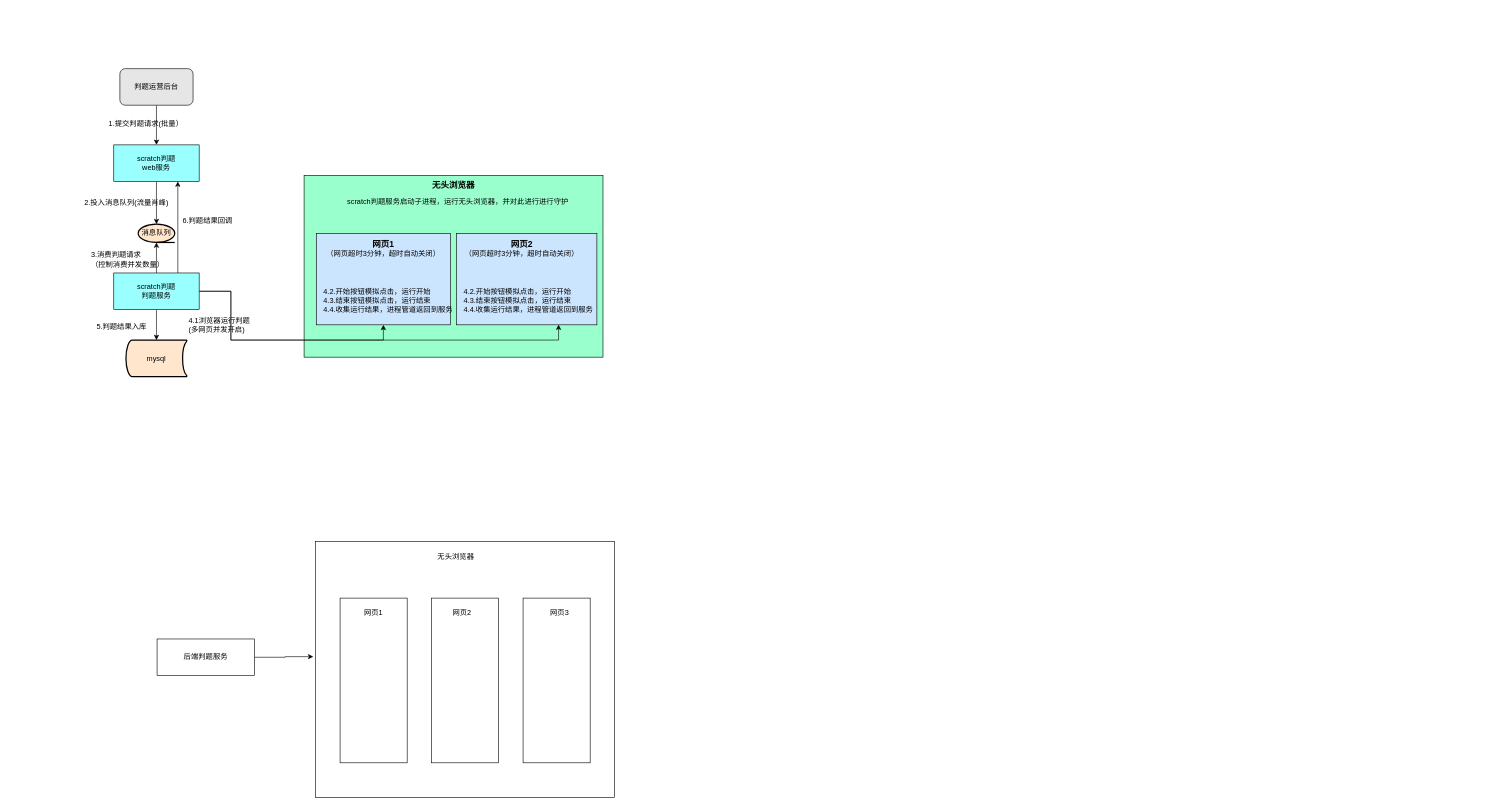
The draw.io diagram scratch后端判题.drawio in xiell2016/hetaoDesign, before the edit. Source tidied: cells renumbered, new cells numbered last; positions are measured from the earlier drawing's top-left corner, leaving out a move shared by most shapes. Both pictures are drawn from the tidied source at 61%, with x=0, y=0 at pixel (83, 68).
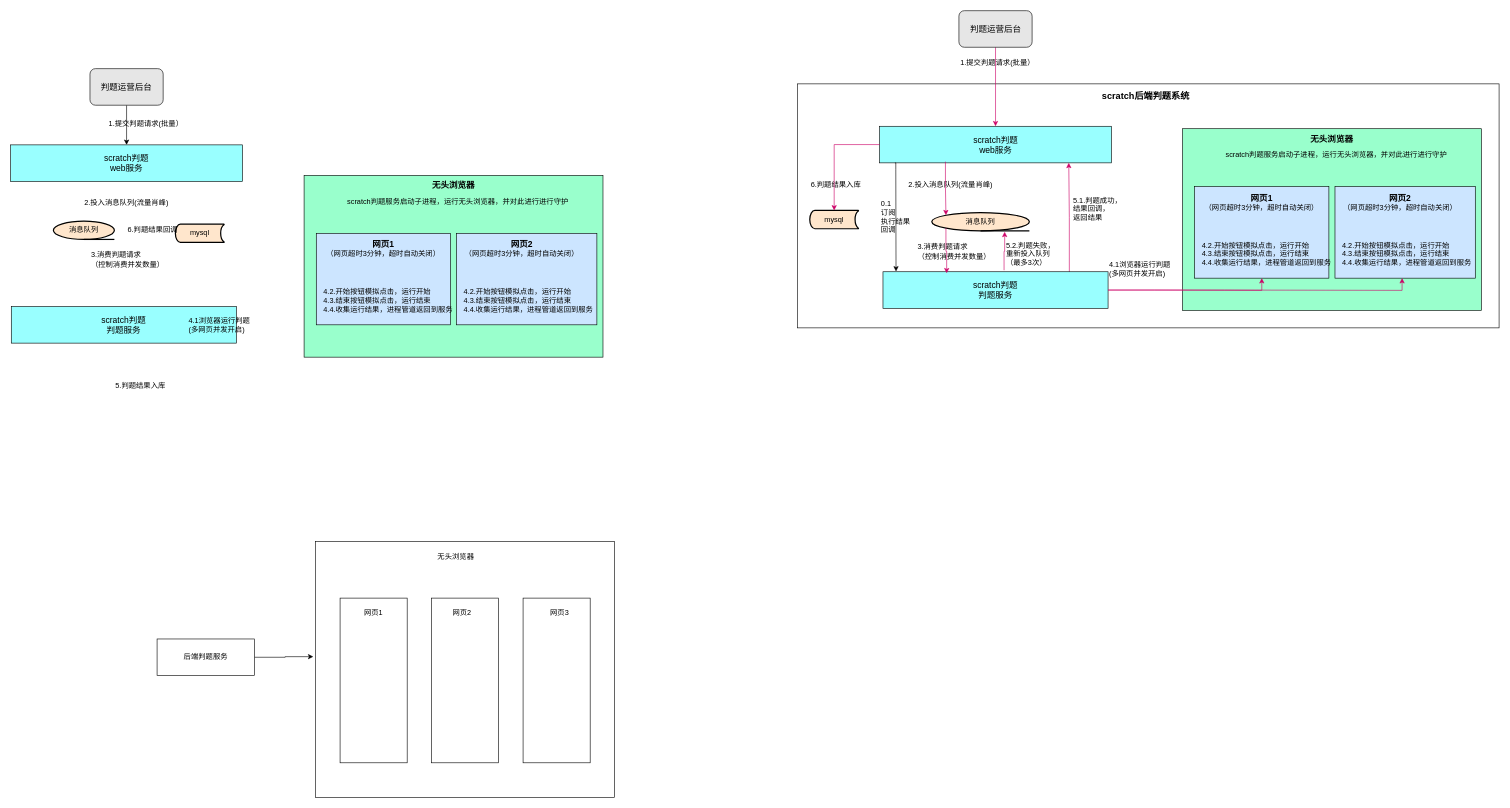
The same page after the edit.

Commit message:
更新scratch后端判题.drawio

Unchanged cells that the change refers to:
```xml
<mxCell id="12" style="rounded=0;whiteSpace=wrap;html=1;align=left;fillColor=#CCE5FF;" parent="1" vertex="1">
  <mxGeometry x="382" y="270" width="220" height="150" as="geometry" />
</mxCell>
<mxCell id="13" style="rounded=0;whiteSpace=wrap;html=1;fillColor=#CCE5FF;" parent="1" vertex="1">
  <mxGeometry x="612" y="270" width="230" height="150" as="geometry" />
</mxCell>
```

Diff of the diagram source:
```diff
@@
     <mxCell id="2" value="消息队列" style="strokeWidth=2;html=1;shape=mxgraph.flowchart.sequential_data;whiteSpace=wrap;fillColor=#FFE6CC;" parent="1" vertex="1">
-      <mxGeometry x="90" y="255" width="60" height="30" as="geometry" />
+      <mxGeometry x="-49" y="250" width="100" height="30" as="geometry" />
     </mxCell>
@@
-    <mxCell id="4" value="判题运营后台" style="rounded=1;whiteSpace=wrap;html=1;fillColor=#E6E6E6;" parent="1" vertex="1">
-      <mxGeometry x="60" width="120" height="60" as="geometry" />
+    <mxCell id="4" value="&lt;font style=&quot;font-size: 14px;&quot;&gt;判题运营后台&lt;/font&gt;" style="rounded=1;whiteSpace=wrap;html=1;fillColor=#E6E6E6;" parent="1" vertex="1">
+      <mxGeometry x="11" width="120" height="60" as="geometry" />
     </mxCell>
-    <mxCell id="5" style="edgeStyle=orthogonalEdgeStyle;rounded=0;jettySize=auto;html=1;" parent="1" edge="1" source="6" target="2">
-      <mxGeometry relative="1" as="geometry" />
-    </mxCell>
-    <mxCell id="6" value="scratch判题&lt;br&gt;web服务" style="rounded=0;whiteSpace=wrap;html=1;fillColor=#99FFFF;" parent="1" vertex="1">
-      <mxGeometry x="50" y="125" width="140" height="60" as="geometry" />
+    <mxCell id="6" value="&lt;font style=&quot;font-size: 14px;&quot;&gt;scratch判题&lt;br&gt;web服务&lt;/font&gt;" style="rounded=0;whiteSpace=wrap;html=1;fillColor=#99FFFF;" parent="1" vertex="1">
+      <mxGeometry x="-119" y="125" width="380" height="60" as="geometry" />
     </mxCell>
-    <mxCell id="7" style="edgeStyle=orthogonalEdgeStyle;rounded=0;jettySize=auto;html=1;" parent="1" edge="1" source="9">
-      <mxGeometry relative="1" as="geometry">
-        <mxPoint x="120" y="445" as="targetPoint" />
-      </mxGeometry>
-    </mxCell>
-    <mxCell id="8" style="edgeStyle=orthogonalEdgeStyle;rounded=0;jettySize=auto;html=1;exitX=0.75;exitY=0;exitDx=0;exitDy=0;entryX=0.75;entryY=1;entryDx=0;entryDy=0;" parent="1" edge="1" source="9" target="6">
-      <mxGeometry relative="1" as="geometry" />
-    </mxCell>
-    <mxCell id="9" value="scratch判题&lt;br&gt;判题服务" style="rounded=0;whiteSpace=wrap;html=1;fillColor=#99FFFF;" parent="1" vertex="1">
-      <mxGeometry x="50" y="335" width="140" height="60" as="geometry" />
+    <mxCell id="9" value="&lt;font style=&quot;font-size: 14px;&quot;&gt;scratch判题&lt;br&gt;判题服务&lt;/font&gt;" style="rounded=0;whiteSpace=wrap;html=1;fillColor=#99FFFF;" parent="1" vertex="1">
+      <mxGeometry x="-118" y="390" width="369" height="60" as="geometry" />
     </mxCell>
@@
-    <mxCell id="11" style="edgeStyle=orthogonalEdgeStyle;rounded=0;jettySize=auto;html=1;entryX=0.727;entryY=0.998;entryDx=0;entryDy=0;entryPerimeter=0;" parent="1" edge="1" target="13">
-      <mxGeometry relative="1" as="geometry">
-        <mxPoint x="191" y="365" as="sourcePoint" />
-        <Array as="points">
-          <mxPoint x="242" y="365" />
-          <mxPoint x="242" y="445" />
-          <mxPoint x="779" y="445" />
-        </Array>
-      </mxGeometry>
-    </mxCell>
@@
-    <mxCell id="26" value="mysql" style="strokeWidth=2;html=1;shape=mxgraph.flowchart.stored_data;whiteSpace=wrap;fillColor=#FFE6CC;" parent="1" vertex="1">
-      <mxGeometry x="70" y="445" width="100" height="60" as="geometry" />
-    </mxCell>
@@
-    <mxCell id="30" style="edgeStyle=orthogonalEdgeStyle;rounded=0;jettySize=auto;html=1;exitX=0.5;exitY=0;exitDx=0;exitDy=0;entryX=0.5;entryY=1;entryDx=0;entryDy=0;entryPerimeter=0;" parent="1" edge="1" source="9" target="2">
-      <mxGeometry relative="1" as="geometry" />
-    </mxCell>
@@
-    <mxCell id="32" value="6.判题结果回调" style="text;html=1;strokeColor=none;fillColor=none;align=left;verticalAlign=middle;whiteSpace=wrap;rounded=0;" parent="1" vertex="1">
-      <mxGeometry x="161" y="235" width="100" height="30" as="geometry" />
-    </mxCell>
     <mxCell id="33" value="5.判题结果入库" style="text;html=1;strokeColor=none;fillColor=none;align=left;verticalAlign=middle;whiteSpace=wrap;rounded=0;" parent="1" vertex="1">
-      <mxGeometry x="20" y="408" width="100" height="30" as="geometry" />
+      <mxGeometry x="51" y="505" width="100" height="30" as="geometry" />
     </mxCell>
-    <mxCell id="34" style="edgeStyle=orthogonalEdgeStyle;rounded=0;jettySize=auto;html=1;entryX=0.5;entryY=1;entryDx=0;entryDy=0;exitX=1;exitY=0.5;exitDx=0;exitDy=0;" parent="1" edge="1" source="9" target="12">
-      <mxGeometry relative="1" as="geometry">
-        <Array as="points">
-          <mxPoint x="242" y="365" />
-          <mxPoint x="242" y="445" />
-          <mxPoint x="492" y="445" />
-        </Array>
-      </mxGeometry>
-    </mxCell>
@@
+    <mxCell id="39" value="mysql" style="strokeWidth=2;html=1;shape=mxgraph.flowchart.stored_data;whiteSpace=wrap;fillColor=#FFE6CC;" parent="1" vertex="1">
+      <mxGeometry x="151" y="255" width="80" height="30" as="geometry" />
+    </mxCell>
+    <mxCell id="32" value="6.判题结果回调" style="text;html=1;strokeColor=none;fillColor=none;align=left;verticalAlign=middle;whiteSpace=wrap;rounded=0;" parent="1" vertex="1">
+      <mxGeometry x="71" y="250" width="100" height="30" as="geometry" />
+    </mxCell>
+    <mxCell id="40" style="rounded=0;whiteSpace=wrap;html=1;" parent="1" vertex="1">
+      <mxGeometry x="1171" y="25" width="1150" height="400" as="geometry" />
+    </mxCell>
+    <mxCell id="41" value="消息队列" style="strokeWidth=2;html=1;shape=mxgraph.flowchart.sequential_data;whiteSpace=wrap;fillColor=#FFE6CC;" parent="1" vertex="1">
+      <mxGeometry x="1391" y="236" width="160" height="30" as="geometry" />
+    </mxCell>
+    <mxCell id="42" style="edgeStyle=orthogonalEdgeStyle;rounded=0;jettySize=auto;html=1;exitX=0.5;exitY=1;exitDx=0;exitDy=0;entryX=0.5;entryY=0;entryDx=0;entryDy=0;strokeColor=#CC0066;" parent="1" edge="1" source="43" target="44">
+      <mxGeometry relative="1" as="geometry" />
+    </mxCell>
+    <mxCell id="43" value="&lt;font style=&quot;font-size: 14px;&quot;&gt;判题运营后台&lt;/font&gt;" style="rounded=1;whiteSpace=wrap;html=1;fillColor=#E6E6E6;" parent="1" vertex="1">
+      <mxGeometry x="1435.5" y="-95" width="120" height="60" as="geometry" />
+    </mxCell>
+    <mxCell id="44" value="&lt;font style=&quot;font-size: 14px;&quot;&gt;scratch判题&lt;br&gt;web服务&lt;/font&gt;" style="rounded=0;whiteSpace=wrap;html=1;fillColor=#99FFFF;" parent="1" vertex="1">
+      <mxGeometry x="1305.5" y="94.5" width="380" height="60" as="geometry" />
+    </mxCell>
+    <mxCell id="45" style="edgeStyle=orthogonalEdgeStyle;rounded=0;jettySize=auto;html=1;exitX=0.828;exitY=0.008;exitDx=0;exitDy=0;entryX=0.816;entryY=1;entryDx=0;entryDy=0;exitPerimeter=0;entryPerimeter=0;strokeColor=#CC0066;" parent="1" edge="1" source="46" target="44">
+      <mxGeometry relative="1" as="geometry" />
+    </mxCell>
+    <mxCell id="46" value="&lt;font style=&quot;font-size: 14px;&quot;&gt;scratch判题&lt;br&gt;判题服务&lt;/font&gt;" style="rounded=0;whiteSpace=wrap;html=1;fillColor=#99FFFF;" parent="1" vertex="1">
+      <mxGeometry x="1311" y="333" width="369" height="60" as="geometry" />
+    </mxCell>
+    <mxCell id="47" style="rounded=0;whiteSpace=wrap;html=1;fillColor=#99FFCC;" parent="1" vertex="1">
+      <mxGeometry x="1802" y="98.5" width="490" height="298" as="geometry" />
+    </mxCell>
+    <mxCell id="48" style="rounded=0;whiteSpace=wrap;html=1;align=left;fillColor=#CCE5FF;" parent="1" vertex="1">
+      <mxGeometry x="1822" y="193.5" width="220" height="150" as="geometry" />
+    </mxCell>
+    <mxCell id="49" style="rounded=0;whiteSpace=wrap;html=1;fillColor=#CCE5FF;" parent="1" vertex="1">
+      <mxGeometry x="2052" y="193.5" width="230" height="150" as="geometry" />
+    </mxCell>
+    <mxCell id="50" value="无头浏览器" style="text;html=1;strokeColor=none;fillColor=none;align=center;verticalAlign=middle;whiteSpace=wrap;rounded=0;fontSize=14;fontStyle=1;" parent="1" vertex="1">
+      <mxGeometry x="1997" y="99.5" width="100" height="30" as="geometry" />
+    </mxCell>
+    <mxCell id="51" value="&lt;b style=&quot;font-size: 14px;&quot;&gt;网页1&lt;br&gt;&lt;/b&gt;（网页超时3分钟，超时自动关闭）" style="text;html=1;strokeColor=none;fillColor=none;align=center;verticalAlign=middle;whiteSpace=wrap;rounded=0;" parent="1" vertex="1">
+      <mxGeometry x="1822" y="203.5" width="220" height="30" as="geometry" />
+    </mxCell>
+    <mxCell id="52" value="1.提交判题请求(批量）" style="text;html=1;strokeColor=none;fillColor=none;align=left;verticalAlign=middle;whiteSpace=wrap;rounded=0;" parent="1" vertex="1">
+      <mxGeometry x="1435.5" y="-25" width="151" height="30" as="geometry" />
+    </mxCell>
+    <mxCell id="53" value="2.投入消息队列(流量肖峰)" style="text;html=1;strokeColor=none;fillColor=none;align=left;verticalAlign=middle;whiteSpace=wrap;rounded=0;" parent="1" vertex="1">
+      <mxGeometry x="1351" y="176" width="169" height="30" as="geometry" />
+    </mxCell>
+    <mxCell id="54" value="3.消费判题请求&lt;br&gt;（控制消费并发数量）" style="text;html=1;strokeColor=none;fillColor=none;align=left;verticalAlign=middle;whiteSpace=wrap;rounded=0;" parent="1" vertex="1">
+      <mxGeometry x="1365.5" y="285" width="140" height="30" as="geometry" />
+    </mxCell>
+    <mxCell id="55" value="4.1浏览器运行判题&lt;br&gt;(多网页并发开启)" style="text;html=1;strokeColor=none;fillColor=none;align=left;verticalAlign=middle;whiteSpace=wrap;rounded=0;" parent="1" vertex="1">
+      <mxGeometry x="1680" y="313.5" width="130" height="30" as="geometry" />
+    </mxCell>
+    <mxCell id="56" value="6.判题结果入库" style="text;html=1;strokeColor=none;fillColor=none;align=left;verticalAlign=middle;whiteSpace=wrap;rounded=0;" parent="1" vertex="1">
+      <mxGeometry x="1191" y="176" width="100" height="30" as="geometry" />
+    </mxCell>
+    <mxCell id="57" value="&lt;b style=&quot;font-size: 14px;&quot;&gt;网页2&lt;br&gt;&lt;/b&gt;（网页超时3分钟，超时自动关闭）" style="text;html=1;strokeColor=none;fillColor=none;align=center;verticalAlign=middle;whiteSpace=wrap;rounded=0;" parent="1" vertex="1">
+      <mxGeometry x="2049" y="203.5" width="220" height="30" as="geometry" />
+    </mxCell>
+    <mxCell id="58" value="4.2.开始按钮模拟点击，运行开始&lt;br style=&quot;border-color: var(--border-color);&quot;&gt;4.3.结束按钮模拟点击，运行结束&lt;br style=&quot;border-color: var(--border-color);&quot;&gt;&lt;span style=&quot;border-color: var(--border-color);&quot;&gt;4.4.收集运行结果，进程管道返回到服务&lt;/span&gt;" style="text;html=1;strokeColor=none;fillColor=none;align=left;verticalAlign=middle;rounded=0;" parent="1" vertex="1">
+      <mxGeometry x="1832" y="263.5" width="200" height="80" as="geometry" />
+    </mxCell>
+    <mxCell id="59" value="4.2.开始按钮模拟点击，运行开始&lt;br style=&quot;border-color: var(--border-color);&quot;&gt;4.3.结束按钮&lt;span style=&quot;&quot;&gt;模拟点击，运行结束&lt;/span&gt;&lt;br style=&quot;border-color: var(--border-color);&quot;&gt;&lt;span style=&quot;&quot;&gt;4.4.收集运行结果，进程管道返回到服务&lt;/span&gt;" style="text;html=1;strokeColor=none;fillColor=none;align=left;verticalAlign=middle;rounded=0;" parent="1" vertex="1">
+      <mxGeometry x="2062" y="263.5" width="200" height="80" as="geometry" />
+    </mxCell>
+    <mxCell id="60" value="scratch判题服务启动子进程，运行无头浏览器，并对此进行进行守护" style="text;html=1;strokeColor=none;fillColor=none;align=left;verticalAlign=middle;whiteSpace=wrap;rounded=0;" parent="1" vertex="1">
+      <mxGeometry x="1871" y="124.5" width="380" height="35" as="geometry" />
+    </mxCell>
+    <mxCell id="61" value="mysql" style="strokeWidth=2;html=1;shape=mxgraph.flowchart.stored_data;whiteSpace=wrap;fillColor=#FFE6CC;" parent="1" vertex="1">
+      <mxGeometry x="1191" y="232.5" width="80" height="30" as="geometry" />
+    </mxCell>
+    <mxCell id="62" value="5.1.判题成功，&lt;br&gt;结果回调，&lt;br&gt;返回结果" style="text;html=1;strokeColor=none;fillColor=none;align=left;verticalAlign=middle;whiteSpace=wrap;rounded=0;" parent="1" vertex="1">
+      <mxGeometry x="1621" y="215" width="100" height="30" as="geometry" />
+    </mxCell>
+    <mxCell id="63" style="edgeStyle=orthogonalEdgeStyle;rounded=0;jettySize=auto;html=1;exitX=0.066;exitY=1;exitDx=0;exitDy=0;entryX=0.058;entryY=-0.008;entryDx=0;entryDy=0;entryPerimeter=0;exitPerimeter=0;" parent="1" edge="1" source="44" target="46">
+      <mxGeometry relative="1" as="geometry">
+        <Array as="points">
+          <mxPoint x="1332" y="155" />
+          <mxPoint x="1332" y="165" />
+          <mxPoint x="1332" y="165" />
+        </Array>
+      </mxGeometry>
+    </mxCell>
+    <mxCell id="64" value="0.1&lt;br&gt;订阅&lt;br&gt;执行结果回调" style="text;html=1;strokeColor=none;fillColor=none;align=left;verticalAlign=middle;whiteSpace=wrap;rounded=0;" parent="1" vertex="1">
+      <mxGeometry x="1305.5" y="220" width="60" height="45" as="geometry" />
+    </mxCell>
+    <mxCell id="65" style="edgeStyle=orthogonalEdgeStyle;rounded=0;jettySize=auto;html=1;exitX=0.284;exitY=0.967;exitDx=0;exitDy=0;entryX=0.145;entryY=0.145;entryDx=0;entryDy=0;entryPerimeter=0;exitPerimeter=0;strokeColor=#CC0066;" parent="1" edge="1" source="44" target="41">
+      <mxGeometry relative="1" as="geometry" />
+    </mxCell>
+    <mxCell id="66" style="edgeStyle=orthogonalEdgeStyle;rounded=0;jettySize=auto;html=1;exitX=0.145;exitY=0.855;exitDx=0;exitDy=0;exitPerimeter=0;entryX=0.283;entryY=0.042;entryDx=0;entryDy=0;entryPerimeter=0;strokeColor=#CC0066;" parent="1" edge="1" source="41" target="46">
+      <mxGeometry relative="1" as="geometry" />
+    </mxCell>
+    <mxCell id="67" style="edgeStyle=orthogonalEdgeStyle;rounded=0;jettySize=auto;html=1;exitX=0.538;exitY=-0.042;exitDx=0;exitDy=0;entryX=0.747;entryY=1.05;entryDx=0;entryDy=0;entryPerimeter=0;exitPerimeter=0;strokeColor=#CC0066;" parent="1" edge="1" source="46" target="41">
+      <mxGeometry relative="1" as="geometry" />
+    </mxCell>
+    <mxCell id="68" style="edgeStyle=orthogonalEdgeStyle;rounded=0;jettySize=auto;html=1;exitX=1;exitY=0.5;exitDx=0;exitDy=0;entryX=0.5;entryY=1;entryDx=0;entryDy=0;strokeColor=#CC0066;" parent="1" edge="1" source="46" target="59">
+      <mxGeometry relative="1" as="geometry" />
+    </mxCell>
+    <mxCell id="69" style="edgeStyle=orthogonalEdgeStyle;rounded=0;jettySize=auto;html=1;exitX=1;exitY=0.5;exitDx=0;exitDy=0;entryX=0.5;entryY=1;entryDx=0;entryDy=0;strokeColor=#CC0066;" parent="1" edge="1" source="46" target="58">
+      <mxGeometry relative="1" as="geometry" />
+    </mxCell>
+    <mxCell id="70" style="edgeStyle=orthogonalEdgeStyle;rounded=0;jettySize=auto;html=1;exitX=0;exitY=0.5;exitDx=0;exitDy=0;entryX=0.5;entryY=0;entryDx=0;entryDy=0;entryPerimeter=0;strokeColor=#CC0066;" parent="1" edge="1" source="44" target="61">
+      <mxGeometry relative="1" as="geometry" />
+    </mxCell>
+    <mxCell id="71" value="&lt;font style=&quot;font-size: 15px;&quot;&gt;&lt;b&gt;scratch后端判题系统&lt;/b&gt;&lt;/font&gt;" style="text;html=1;strokeColor=none;fillColor=none;align=center;verticalAlign=middle;whiteSpace=wrap;rounded=0;" parent="1" vertex="1">
+      <mxGeometry x="1652" y="30" width="180" height="30" as="geometry" />
+    </mxCell>
+    <mxCell id="72" value="5.2.判题失败，&lt;br&gt;重新投入队列&lt;br&gt;（最多3次）" style="text;html=1;strokeColor=none;fillColor=none;align=left;verticalAlign=middle;whiteSpace=wrap;rounded=0;" parent="1" vertex="1">
+      <mxGeometry x="1511" y="288.5" width="100" height="30" as="geometry" />
+    </mxCell>
```
